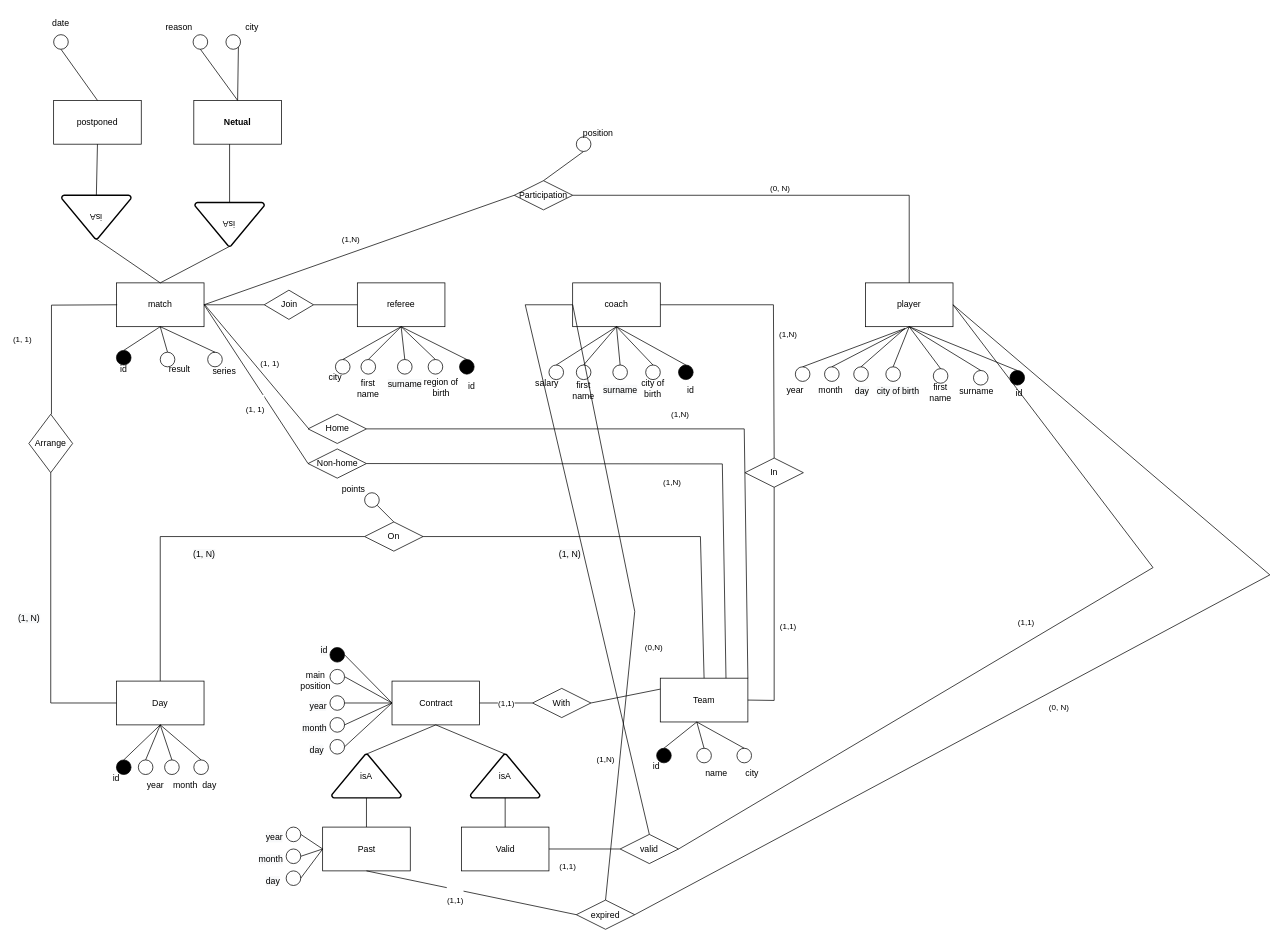
This is page "第 4 页" (4 of 5) of part1.drawio from JerryFan996/c43_a3, a draw.io file, before an edit. Source tidied: cells renumbered, new cells numbered last; positions are measured from the earlier drawing's top-left corner, leaving out a move shared by most shapes. Both pictures are drawn from the tidied source at 73%, with x=0, y=0 at pixel (28, 12).
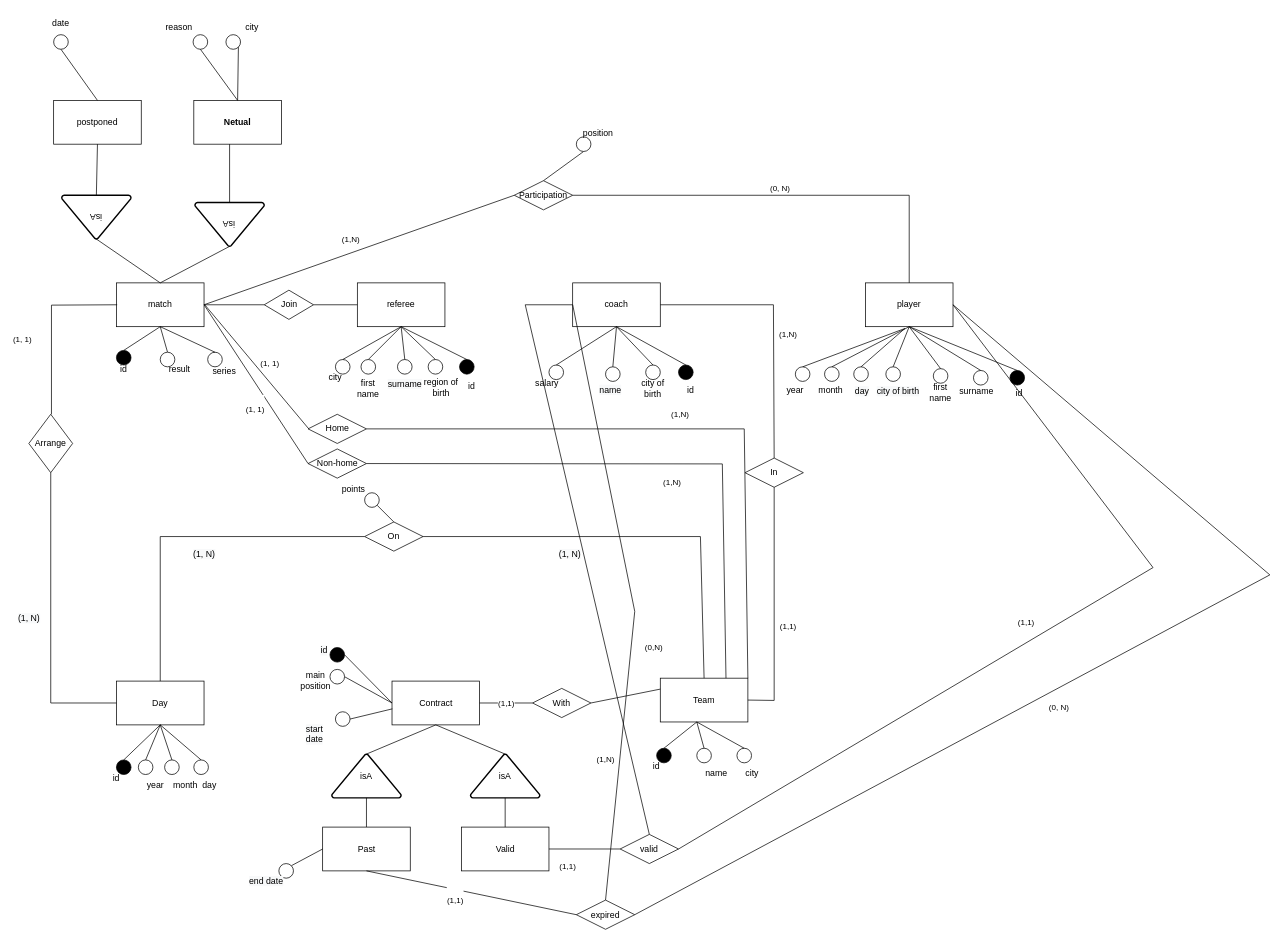
The same diagram, later.

The change refers to these unchanged cells:
```xml
<mxCell id="11" value="coach" style="rounded=0;whiteSpace=wrap;html=1;" parent="1" vertex="1">
  <mxGeometry x="745" y="370" width="120" height="60" as="geometry" />
</mxCell>
<mxCell id="63" value="Contract" style="rounded=0;whiteSpace=wrap;html=1;" parent="1" vertex="1">
  <mxGeometry x="497.5" y="915.5" width="120" height="60" as="geometry" />
</mxCell>
<mxCell id="66" value="Past" style="rounded=0;whiteSpace=wrap;html=1;" parent="1" vertex="1">
  <mxGeometry x="402.5" y="1115.5" width="120" height="60" as="geometry" />
</mxCell>
```

Change to the diagram source:
```diff
@@
-    <mxCell id="23" value="first name" style="text;html=1;strokeColor=none;fillColor=none;align=center;verticalAlign=middle;whiteSpace=wrap;rounded=0;" parent="1" vertex="1">
-      <mxGeometry x="735" y="502.5" width="50" height="30" as="geometry" />
-    </mxCell>
-    <mxCell id="24" value="&lt;span style=&quot;color: rgb(0, 0, 0); font-family: Helvetica; font-size: 12px; font-style: normal; font-variant-ligatures: normal; font-variant-caps: normal; font-weight: 400; letter-spacing: normal; orphans: 2; text-align: center; text-indent: 0px; text-transform: none; widows: 2; word-spacing: 0px; -webkit-text-stroke-width: 0px; background-color: rgb(248, 249, 250); text-decoration-thickness: initial; text-decoration-style: initial; text-decoration-color: initial; float: none; display: inline !important;&quot;&gt;surname&lt;/span&gt;" style="text;whiteSpace=wrap;html=1;" parent="1" vertex="1">
-      <mxGeometry x="785" y="502.5" width="35" height="45" as="geometry" />
-    </mxCell>
@@
     <mxCell id="44" style="ellipse;whiteSpace=wrap;html=1;" parent="1" vertex="1">
-      <mxGeometry x="750" y="482.5" width="20" height="20" as="geometry" />
+      <mxGeometry x="790" y="485" width="20" height="20" as="geometry" />
     </mxCell>
-    <mxCell id="45" style="ellipse;whiteSpace=wrap;html=1;" parent="1" vertex="1">
-      <mxGeometry x="800" y="482.5" width="20" height="20" as="geometry" />
-    </mxCell>
@@
-    <mxCell id="50" style="endArrow=none;html=1;rounded=0;entryX=0.5;entryY=1;entryDx=0;entryDy=0;exitX=0.5;exitY=0;exitDx=0;exitDy=0;" parent="1" edge="1" source="45" target="11">
-      <mxGeometry relative="1" as="geometry" />
-    </mxCell>
@@
-    <mxCell id="70" style="ellipse;whiteSpace=wrap;html=1;" parent="1" vertex="1">
-      <mxGeometry x="412.5" y="935.5" width="20" height="20" as="geometry" />
-    </mxCell>
-    <mxCell id="71" style="endArrow=none;html=1;rounded=0;exitX=1;exitY=0.5;exitDx=0;exitDy=0;entryX=0;entryY=0.5;entryDx=0;entryDy=0;" parent="1" edge="1" source="70" target="63">
-      <mxGeometry relative="1" as="geometry" />
-    </mxCell>
-    <mxCell id="72" style="ellipse;whiteSpace=wrap;html=1;" parent="1" vertex="1">
-      <mxGeometry x="412.5" y="965.5" width="20" height="20" as="geometry" />
-    </mxCell>
-    <mxCell id="73" style="ellipse;whiteSpace=wrap;html=1;" parent="1" vertex="1">
-      <mxGeometry x="412.5" y="995.5" width="20" height="20" as="geometry" />
-    </mxCell>
@@
-    <mxCell id="75" style="endArrow=none;html=1;rounded=0;exitX=0;exitY=0.5;exitDx=0;exitDy=0;entryX=1;entryY=0.5;entryDx=0;entryDy=0;" parent="1" edge="1" source="63" target="72">
-      <mxGeometry relative="1" as="geometry" />
-    </mxCell>
-    <mxCell id="76" style="endArrow=none;html=1;rounded=0;exitX=0;exitY=0.5;exitDx=0;exitDy=0;entryX=1;entryY=0.5;entryDx=0;entryDy=0;" parent="1" edge="1" source="63" target="73">
-      <mxGeometry relative="1" as="geometry" />
-    </mxCell>
@@
-    <mxCell id="79" value="&lt;span style=&quot;color: rgb(0, 0, 0); font-family: Helvetica; font-size: 12px; font-style: normal; font-variant-ligatures: normal; font-variant-caps: normal; font-weight: 400; letter-spacing: normal; orphans: 2; text-align: center; text-indent: 0px; text-transform: none; widows: 2; word-spacing: 0px; -webkit-text-stroke-width: 0px; background-color: rgb(248, 249, 250); text-decoration-thickness: initial; text-decoration-style: initial; text-decoration-color: initial; float: none; display: inline !important;&quot;&gt;year&lt;/span&gt;" style="text;whiteSpace=wrap;html=1;" parent="1" vertex="1">
-      <mxGeometry x="382.5" y="935.5" width="40" height="40" as="geometry" />
-    </mxCell>
-    <mxCell id="80" value="&lt;span style=&quot;color: rgb(0, 0, 0); font-family: Helvetica; font-size: 12px; font-style: normal; font-variant-ligatures: normal; font-variant-caps: normal; font-weight: 400; letter-spacing: normal; orphans: 2; text-align: center; text-indent: 0px; text-transform: none; widows: 2; word-spacing: 0px; -webkit-text-stroke-width: 0px; background-color: rgb(248, 249, 250); text-decoration-thickness: initial; text-decoration-style: initial; text-decoration-color: initial; float: none; display: inline !important;&quot;&gt;month&lt;/span&gt;" style="text;whiteSpace=wrap;html=1;" parent="1" vertex="1">
-      <mxGeometry x="372.5" y="965.5" width="40" height="40" as="geometry" />
-    </mxCell>
-    <mxCell id="81" value="&lt;span style=&quot;color: rgb(0, 0, 0); font-family: Helvetica; font-size: 12px; font-style: normal; font-variant-ligatures: normal; font-variant-caps: normal; font-weight: 400; letter-spacing: normal; orphans: 2; text-align: center; text-indent: 0px; text-transform: none; widows: 2; word-spacing: 0px; -webkit-text-stroke-width: 0px; background-color: rgb(248, 249, 250); text-decoration-thickness: initial; text-decoration-style: initial; text-decoration-color: initial; float: none; display: inline !important;&quot;&gt;day&lt;/span&gt;" style="text;whiteSpace=wrap;html=1;" parent="1" vertex="1">
-      <mxGeometry x="382.5" y="995.5" width="40" height="40" as="geometry" />
-    </mxCell>
@@
-    <mxCell id="168" style="ellipse;whiteSpace=wrap;html=1;" parent="1" vertex="1">
-      <mxGeometry x="352.5" y="1115.5" width="20" height="20" as="geometry" />
-    </mxCell>
-    <mxCell id="169" style="ellipse;whiteSpace=wrap;html=1;" parent="1" vertex="1">
-      <mxGeometry x="352.5" y="1145.5" width="20" height="20" as="geometry" />
-    </mxCell>
-    <mxCell id="170" style="ellipse;whiteSpace=wrap;html=1;" parent="1" vertex="1">
-      <mxGeometry x="352.5" y="1175.5" width="20" height="20" as="geometry" />
-    </mxCell>
-    <mxCell id="171" value="&lt;span style=&quot;color: rgb(0, 0, 0); font-family: Helvetica; font-size: 12px; font-style: normal; font-variant-ligatures: normal; font-variant-caps: normal; font-weight: 400; letter-spacing: normal; orphans: 2; text-align: center; text-indent: 0px; text-transform: none; widows: 2; word-spacing: 0px; -webkit-text-stroke-width: 0px; background-color: rgb(248, 249, 250); text-decoration-thickness: initial; text-decoration-style: initial; text-decoration-color: initial; float: none; display: inline !important;&quot;&gt;year&lt;/span&gt;" style="text;whiteSpace=wrap;html=1;" parent="1" vertex="1">
-      <mxGeometry x="322.5" y="1115.5" width="40" height="40" as="geometry" />
-    </mxCell>
-    <mxCell id="172" value="&lt;span style=&quot;color: rgb(0, 0, 0); font-family: Helvetica; font-size: 12px; font-style: normal; font-variant-ligatures: normal; font-variant-caps: normal; font-weight: 400; letter-spacing: normal; orphans: 2; text-align: center; text-indent: 0px; text-transform: none; widows: 2; word-spacing: 0px; -webkit-text-stroke-width: 0px; background-color: rgb(248, 249, 250); text-decoration-thickness: initial; text-decoration-style: initial; text-decoration-color: initial; float: none; display: inline !important;&quot;&gt;month&lt;/span&gt;" style="text;whiteSpace=wrap;html=1;" parent="1" vertex="1">
-      <mxGeometry x="312.5" y="1145.5" width="40" height="40" as="geometry" />
-    </mxCell>
-    <mxCell id="173" value="&lt;span style=&quot;color: rgb(0, 0, 0); font-family: Helvetica; font-size: 12px; font-style: normal; font-variant-ligatures: normal; font-variant-caps: normal; font-weight: 400; letter-spacing: normal; orphans: 2; text-align: center; text-indent: 0px; text-transform: none; widows: 2; word-spacing: 0px; -webkit-text-stroke-width: 0px; background-color: rgb(248, 249, 250); text-decoration-thickness: initial; text-decoration-style: initial; text-decoration-color: initial; float: none; display: inline !important;&quot;&gt;day&lt;/span&gt;" style="text;whiteSpace=wrap;html=1;" parent="1" vertex="1">
-      <mxGeometry x="322.5" y="1175.5" width="40" height="40" as="geometry" />
-    </mxCell>
-    <mxCell id="174" style="endArrow=none;html=1;rounded=0;entryX=0;entryY=0.5;entryDx=0;entryDy=0;exitX=1;exitY=0.5;exitDx=0;exitDy=0;" parent="1" edge="1" source="168" target="66">
-      <mxGeometry relative="1" as="geometry" />
-    </mxCell>
-    <mxCell id="175" style="endArrow=none;html=1;rounded=0;entryX=0;entryY=0.5;entryDx=0;entryDy=0;exitX=1;exitY=0.5;exitDx=0;exitDy=0;" parent="1" edge="1" source="169" target="66">
-      <mxGeometry relative="1" as="geometry" />
-    </mxCell>
-    <mxCell id="176" style="endArrow=none;html=1;rounded=0;entryX=0;entryY=0.5;entryDx=0;entryDy=0;exitX=1;exitY=0.5;exitDx=0;exitDy=0;" parent="1" edge="1" source="170" target="66">
+    <mxCell id="176" style="endArrow=none;html=1;rounded=0;entryX=0;entryY=0.5;entryDx=0;entryDy=0;exitX=1;exitY=0;exitDx=0;exitDy=0;" parent="1" edge="1" source="177" target="66">
       <mxGeometry relative="1" as="geometry" />
     </mxCell>
+    <mxCell id="177" style="ellipse;whiteSpace=wrap;html=1;" parent="1" vertex="1">
+      <mxGeometry x="342.5" y="1165.5" width="20" height="20" as="geometry" />
+    </mxCell>
+    <mxCell id="178" value="&lt;span style=&quot;color: rgb(0, 0, 0); font-family: Helvetica; font-size: 12px; font-style: normal; font-variant-ligatures: normal; font-variant-caps: normal; font-weight: 400; letter-spacing: normal; orphans: 2; text-align: center; text-indent: 0px; text-transform: none; widows: 2; word-spacing: 0px; -webkit-text-stroke-width: 0px; background-color: rgb(248, 249, 250); text-decoration-thickness: initial; text-decoration-style: initial; text-decoration-color: initial; float: none; display: inline !important;&quot;&gt;end date&lt;/span&gt;" style="text;whiteSpace=wrap;html=1;" parent="1" vertex="1">
+      <mxGeometry x="300" y="1175.5" width="50" height="40" as="geometry" />
+    </mxCell>
+    <mxCell id="179" style="ellipse;whiteSpace=wrap;html=1;" parent="1" vertex="1">
+      <mxGeometry x="420" y="957.5" width="20" height="20" as="geometry" />
+    </mxCell>
+    <mxCell id="180" value="&lt;span style=&quot;color: rgb(0, 0, 0); font-family: Helvetica; font-size: 12px; font-style: normal; font-variant-ligatures: normal; font-variant-caps: normal; font-weight: 400; letter-spacing: normal; orphans: 2; text-align: center; text-indent: 0px; text-transform: none; widows: 2; word-spacing: 0px; -webkit-text-stroke-width: 0px; background-color: rgb(248, 249, 250); text-decoration-thickness: initial; text-decoration-style: initial; text-decoration-color: initial; float: none; display: inline !important;&quot;&gt;start date&lt;/span&gt;" style="text;whiteSpace=wrap;html=1;" parent="1" vertex="1">
+      <mxGeometry x="377.5" y="967.5" width="50" height="40" as="geometry" />
+    </mxCell>
+    <mxCell id="181" style="endArrow=none;html=1;rounded=0;entryX=0.004;entryY=0.634;entryDx=0;entryDy=0;entryPerimeter=0;exitX=1;exitY=0.5;exitDx=0;exitDy=0;" parent="1" edge="1" source="179" target="63">
+      <mxGeometry relative="1" as="geometry" />
+    </mxCell>
+    <mxCell id="182" value="&lt;span style=&quot;color: rgb(0, 0, 0); font-family: Helvetica; font-size: 12px; font-style: normal; font-variant-ligatures: normal; font-variant-caps: normal; font-weight: 400; letter-spacing: normal; orphans: 2; text-align: center; text-indent: 0px; text-transform: none; widows: 2; word-spacing: 0px; -webkit-text-stroke-width: 0px; background-color: rgb(248, 249, 250); text-decoration-thickness: initial; text-decoration-style: initial; text-decoration-color: initial; float: none; display: inline !important;&quot;&gt;name&lt;/span&gt;" style="text;whiteSpace=wrap;html=1;" parent="1" vertex="1">
+      <mxGeometry x="780" y="502.5" width="90" height="40" as="geometry" />
+    </mxCell>
```
